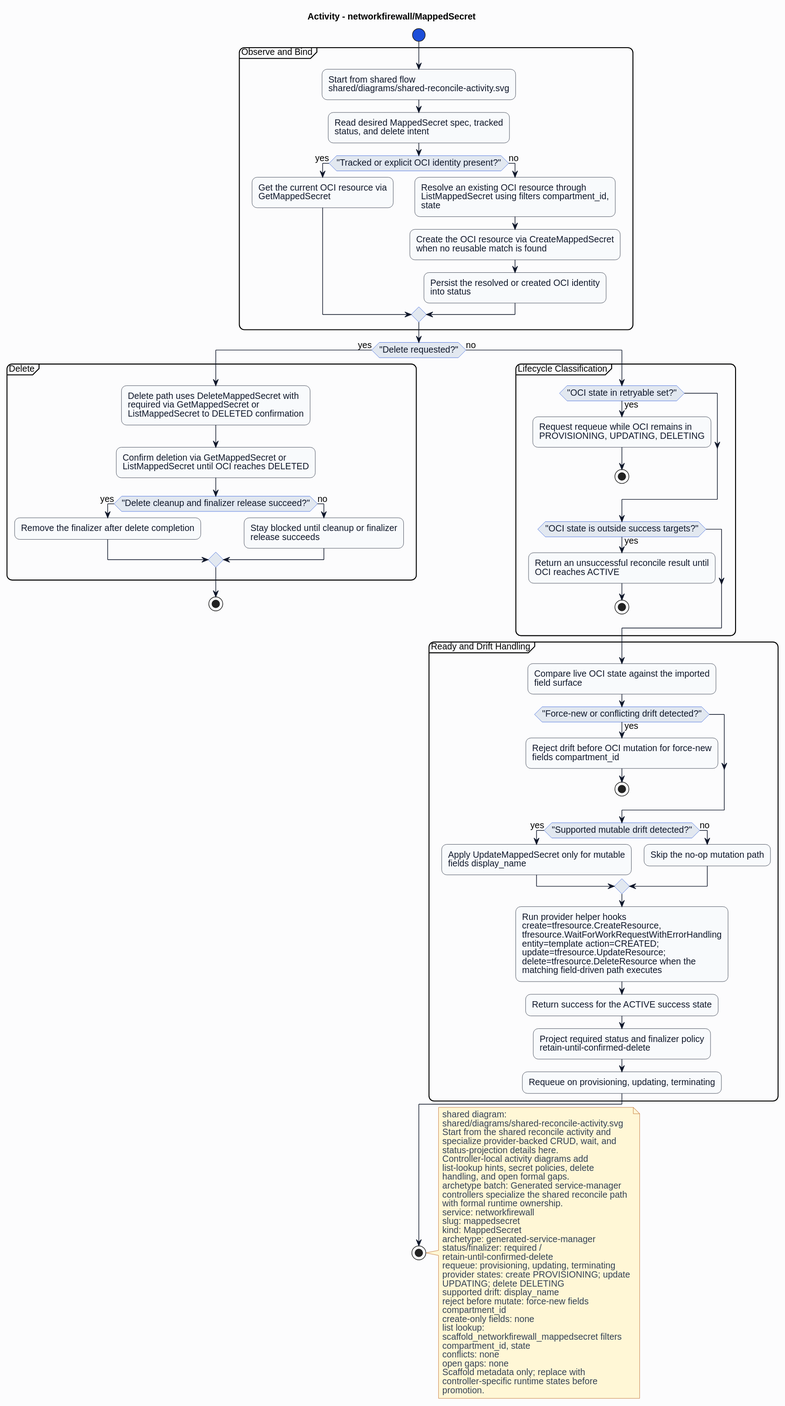
Above: formal/controllers/networkfirewall/mappedsecret/diagrams/activity.svg in HaoyL666/oci-service-operator (PlantUML), before the change.
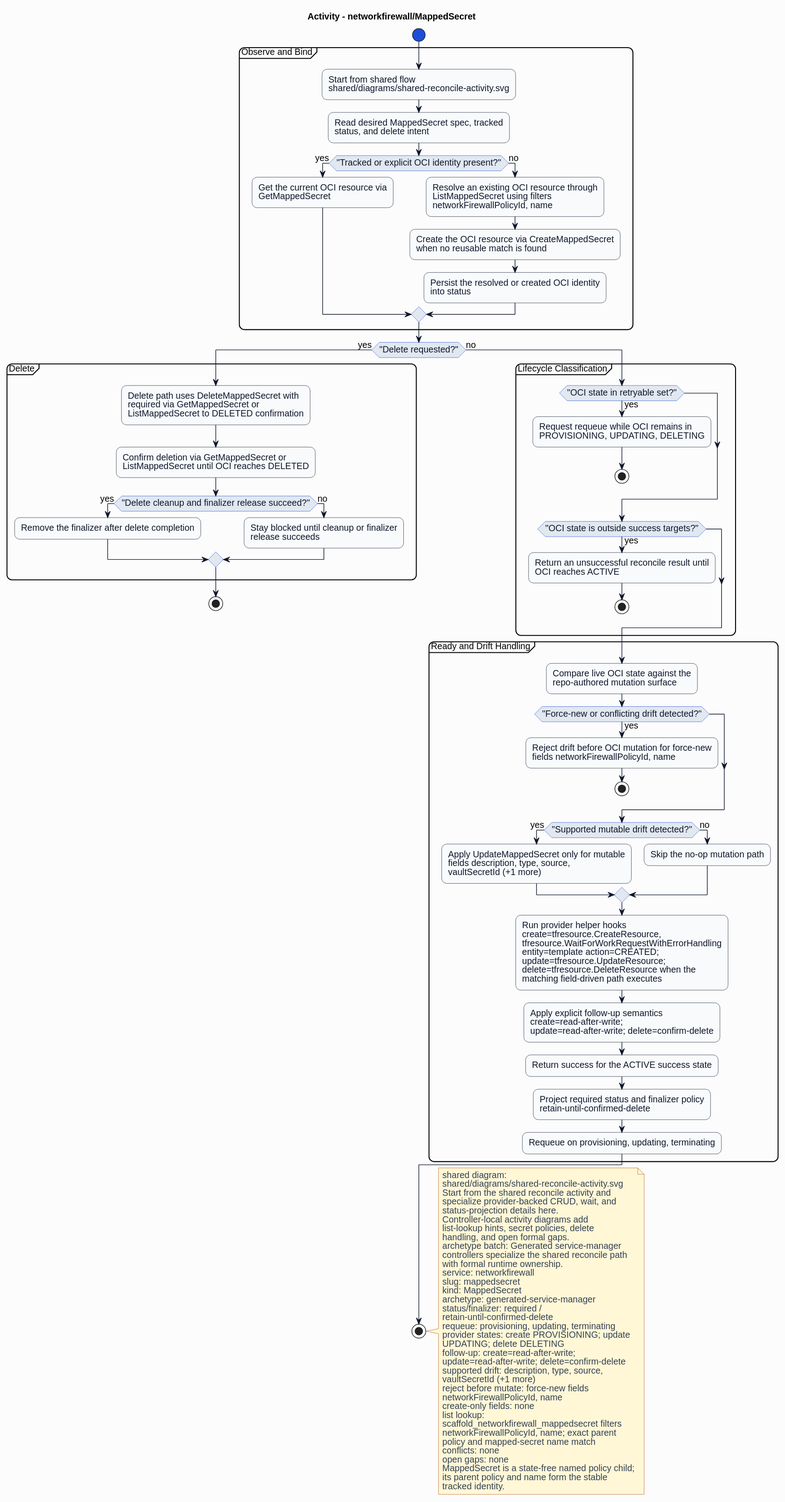
Later version of the same file.

What changed in the source:
```diff
@@ -27,7 +27,7 @@
 if ("Tracked or explicit OCI identity present?") then (yes)
 :Get the current OCI resource via\nGetMappedSecret;
 else (no)
-:Resolve an existing OCI resource through\nListMappedSecret using filters compartment_id,\nstate;
+:Resolve an existing OCI resource through\nListMappedSecret using filters\nnetworkFirewallPolicyId, name;
 :Create the OCI resource via CreateMappedSecret\nwhen no reusable match is found;
 :Persist the resolved or created OCI identity\ninto status;
 endif
@@ -55,17 +55,18 @@
 endif
 }
 partition "Ready and Drift Handling" {
-:Compare live OCI state against the imported\nfield surface;
+:Compare live OCI state against the\nrepo-authored mutation surface;
 if ("Force-new or conflicting drift detected?") then (yes)
-:Reject drift before OCI mutation for force-new\nfields compartment_id;
+:Reject drift before OCI mutation for force-new\nfields networkFirewallPolicyId, name;
 stop
 endif
 if ("Supported mutable drift detected?") then (yes)
-:Apply UpdateMappedSecret only for mutable\nfields display_name;
+:Apply UpdateMappedSecret only for mutable\nfields description, type, source,\nvaultSecretId (+1 more);
 else (no)
 :Skip the no-op mutation path;
 endif
 :Run provider helper hooks\ncreate=tfresource.CreateResource,\ntfresource.WaitForWorkRequestWithErrorHandling\nentity=template action=CREATED;\nupdate=tfresource.UpdateResource;\ndelete=tfresource.DeleteResource when the\nmatching field-driven path executes;
+:Apply explicit follow-up semantics\ncreate=read-after-write;\nupdate=read-after-write; delete=confirm-delete;
 :Return success for the ACTIVE success state;
 :Project required status and finalizer policy\nretain-until-confirmed-delete;
 :Requeue on provisioning, updating, terminating;
@@ -93,17 +94,21 @@
 requeue: provisioning, updating, terminating
 provider states: create PROVISIONING; update
 UPDATING; delete DELETING
-supported drift: display_name
+follow-up: create=read-after-write;
+update=read-after-write; delete=confirm-delete
+supported drift: description, type, source,
+vaultSecretId (+1 more)
 reject before mutate: force-new fields
-compartment_id
+networkFirewallPolicyId, name
 create-only fields: none
 list lookup:
 scaffold_networkfirewall_mappedsecret filters
-compartment_id, state
+networkFirewallPolicyId, name; exact parent
+policy and mapped-secret name match
 conflicts: none
 open gaps: none
-Scaffold metadata only; replace with
-controller-specific runtime states before
-promotion.
+MappedSecret is a state-free named policy child;
+its parent policy and name form the stable
+tracked identity.
 end note
 @enduml
```
